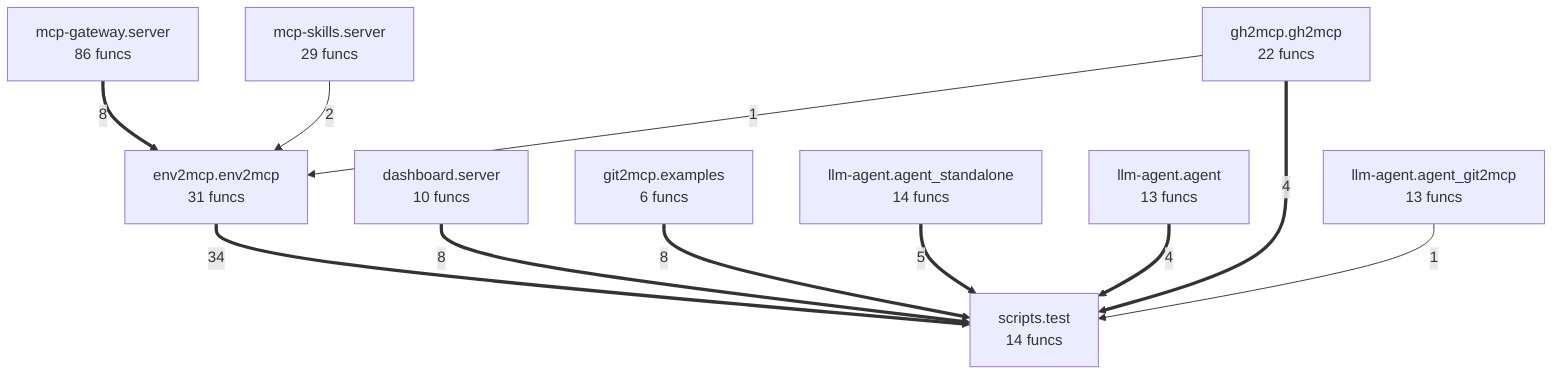
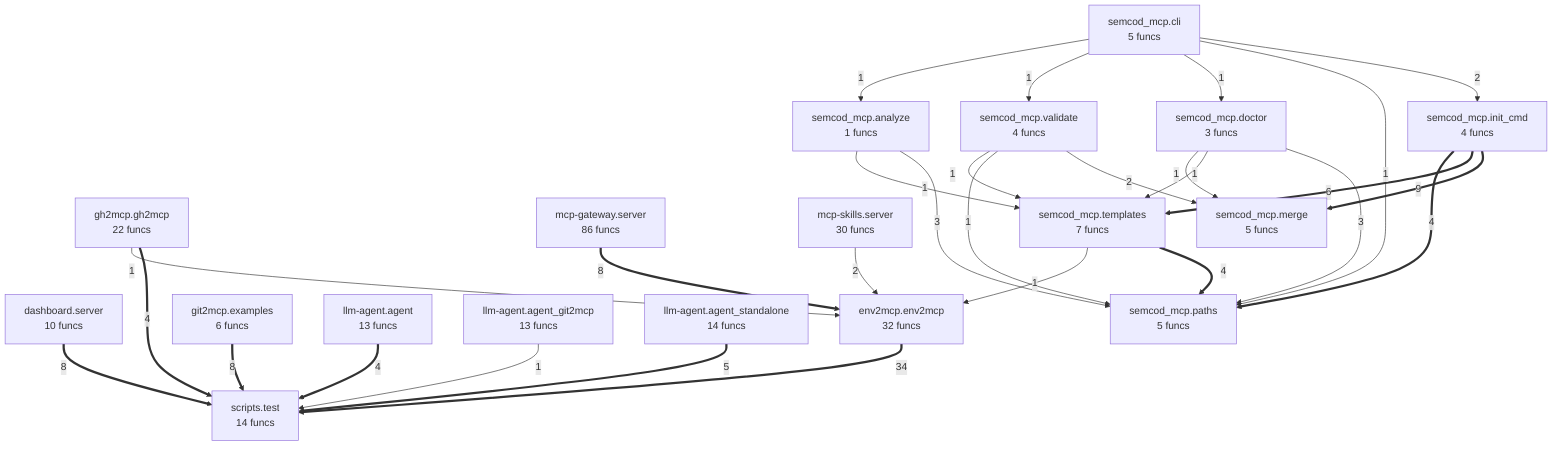
flowchart TD
+ %% generated in 0.01s
    dashboard__server["dashboard.server<br/>10 funcs"]
-     env2mcp__env2mcp["env2mcp.env2mcp<br/>31 funcs"]
+     env2mcp__env2mcp["env2mcp.env2mcp<br/>32 funcs"]
    gh2mcp__gh2mcp["gh2mcp.gh2mcp<br/>22 funcs"]
    git2mcp__examples["git2mcp.examples<br/>6 funcs"]
    llm_agent__agent["llm-agent.agent<br/>13 funcs"]
    llm_agent__agent_git2mcp["llm-agent.agent_git2mcp<br/>13 funcs"]
    llm_agent__agent_standalone["llm-agent.agent_standalone<br/>14 funcs"]
    mcp_gateway__server["mcp-gateway.server<br/>86 funcs"]
-     mcp_skills__server["mcp-skills.server<br/>29 funcs"]
+     mcp_skills__server["mcp-skills.server<br/>30 funcs"]
    scripts__test["scripts.test<br/>14 funcs"]
+     semcod_mcp__analyze["semcod_mcp.analyze<br/>1 funcs"]
+     semcod_mcp__cli["semcod_mcp.cli<br/>5 funcs"]
+     semcod_mcp__doctor["semcod_mcp.doctor<br/>3 funcs"]
+     semcod_mcp__init_cmd["semcod_mcp.init_cmd<br/>4 funcs"]
+     semcod_mcp__merge["semcod_mcp.merge<br/>5 funcs"]
+     semcod_mcp__paths["semcod_mcp.paths<br/>5 funcs"]
+     semcod_mcp__templates["semcod_mcp.templates<br/>7 funcs"]
+     semcod_mcp__validate["semcod_mcp.validate<br/>4 funcs"]
    env2mcp__env2mcp ==>|34| scripts__test
+     semcod_mcp__init_cmd ==>|9| semcod_mcp__merge
+     git2mcp__examples ==>|8| scripts__test
    dashboard__server ==>|8| scripts__test
-     git2mcp__examples ==>|8| scripts__test
    mcp_gateway__server ==>|8| env2mcp__env2mcp
+     semcod_mcp__init_cmd ==>|6| semcod_mcp__templates
    llm_agent__agent_standalone ==>|5| scripts__test
+     gh2mcp__gh2mcp ==>|4| scripts__test
+     semcod_mcp__templates ==>|4| semcod_mcp__paths
+     semcod_mcp__init_cmd ==>|4| semcod_mcp__paths
    llm_agent__agent ==>|4| scripts__test
-     gh2mcp__gh2mcp ==>|4| scripts__test
+     semcod_mcp__analyze -->|3| semcod_mcp__paths
+     semcod_mcp__doctor -->|3| semcod_mcp__paths
+     semcod_mcp__cli -->|2| semcod_mcp__init_cmd
+     semcod_mcp__validate -->|2| semcod_mcp__merge
    mcp_skills__server -->|2| env2mcp__env2mcp
+     semcod_mcp__cli -->|1| semcod_mcp__paths
+     semcod_mcp__cli -->|1| semcod_mcp__doctor
+     semcod_mcp__cli -->|1| semcod_mcp__validate
+     semcod_mcp__cli -->|1| semcod_mcp__analyze
+     semcod_mcp__analyze -->|1| semcod_mcp__templates
+     semcod_mcp__doctor -->|1| semcod_mcp__templates
+     semcod_mcp__doctor -->|1| semcod_mcp__merge
+     gh2mcp__gh2mcp -->|1| env2mcp__env2mcp
+     semcod_mcp__validate -->|1| semcod_mcp__paths
+     semcod_mcp__validate -->|1| semcod_mcp__templates
+     semcod_mcp__templates -->|1| env2mcp__env2mcp
    llm_agent__agent_git2mcp -->|1| scripts__test
-     gh2mcp__gh2mcp -->|1| env2mcp__env2mcp
